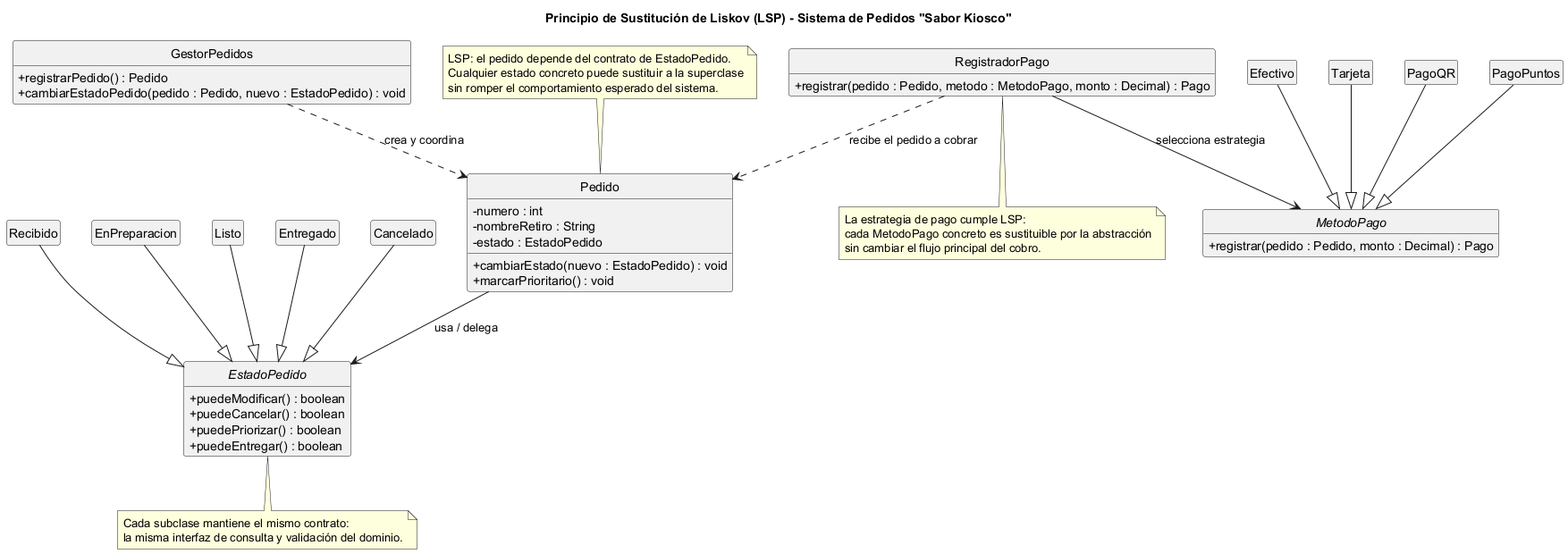
Above: diagramas/01-diagrama-clases/01-solid-03-lsp.png in lucasmengarelli3/SistemaPedidos (PlantUML), before the change.
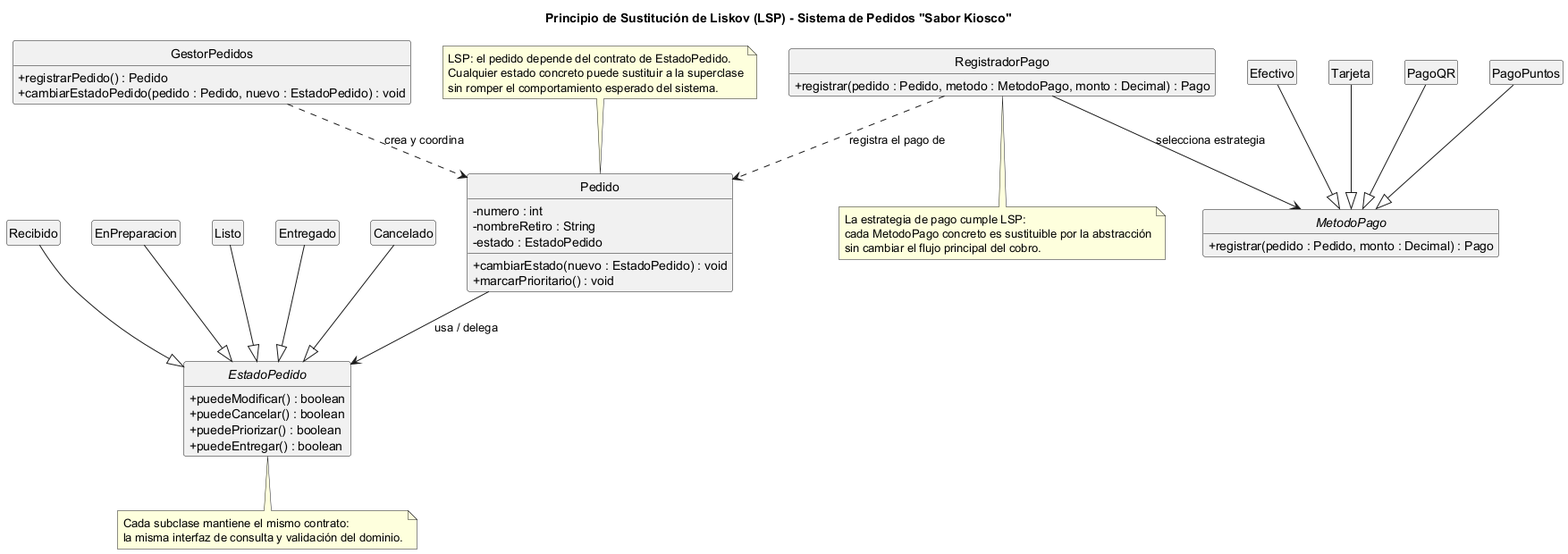
The same diagram one commit later.

The edit, as a diff of the source:
```diff
@@ -57,7 +57,7 @@
 PagoPuntos --|> MetodoPago
 
 Pedido --> EstadoPedido : usa / delega
-RegistradorPago ..> Pedido : recibe el pedido a cobrar
+RegistradorPago ..> Pedido : registra el pago de
 RegistradorPago --> MetodoPago : selecciona estrategia
 GestorPedidos ..> Pedido : crea y coordina
 
```
